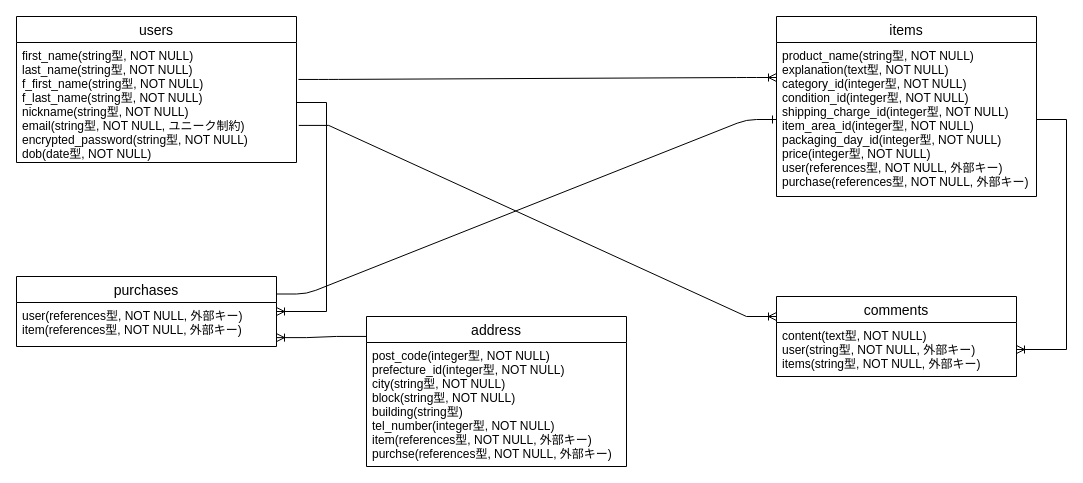
Above: ER.dio in taaa0905/furima-37357 (draw.io), before the change. Source tidied: cells renumbered, new cells numbered last; positions are measured from the earlier drawing's top-left corner, leaving out a move shared by most shapes. Both pictures are drawn from the tidied source at 100%, with x=0, y=0 at pixel (16, 16).
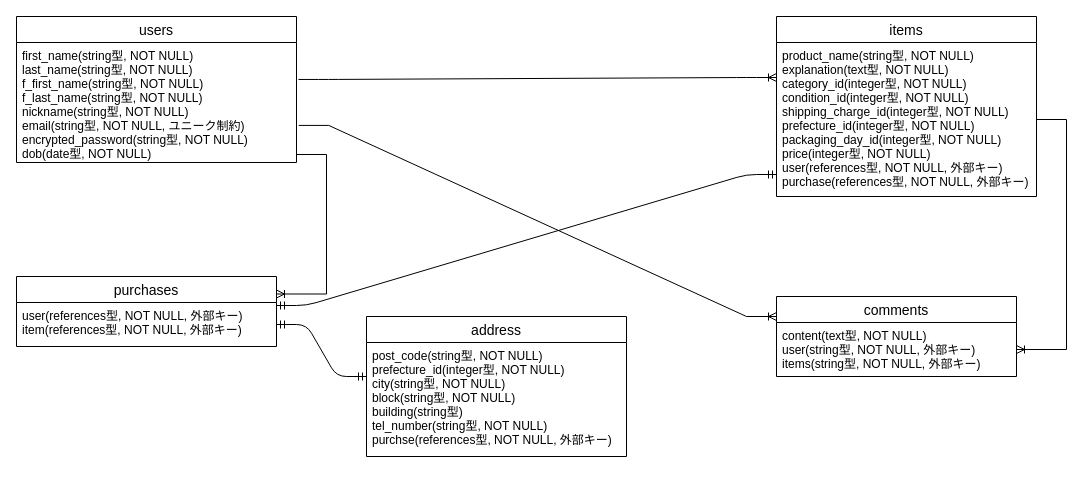
The same page after the edit.

The change refers to these unchanged cells:
```xml
<mxCell id="3" value="first_name(string型, NOT NULL)&#10;last_name(string型, NOT NULL)&#10;f_first_name(string型, NOT NULL)&#10;f_last_name(string型, NOT NULL)&#10;nickname(string型, NOT NULL)&#10;email(string型, NOT NULL, ユニーク制約)&#10;encrypted_password(string型, NOT NULL)&#10;dob(date型, NOT NULL)" style="text;strokeColor=none;fillColor=none;spacingLeft=4;spacingRight=4;overflow=hidden;points=[[0,0.5],[1,0.5]];portConstraint=eastwest;fontSize=12;" parent="2" vertex="1">
  <mxGeometry y="26" width="280" height="120" as="geometry" />
</mxCell>
<mxCell id="4" value="items" style="swimlane;fontStyle=0;horizontal=1;startSize=26;align=center;fontSize=14;" parent="1" vertex="1">
  <mxGeometry x="760" width="260" height="180" as="geometry" />
</mxCell>
<mxCell id="11" value="purchases" style="swimlane;fontStyle=0;horizontal=1;startSize=26;align=center;fontSize=14;" parent="1" vertex="1">
  <mxGeometry y="260" width="260" height="70" as="geometry" />
</mxCell>
<mxCell id="12" value="user(references型, NOT NULL, 外部キー)&#10;item(references型, NOT NULL, 外部キー)&#10;" style="text;strokeColor=none;fillColor=none;spacingLeft=4;spacingRight=4;overflow=hidden;points=[[0,0.5],[1,0.5]];portConstraint=eastwest;fontSize=12;" parent="11" vertex="1">
  <mxGeometry y="26" width="260" height="44" as="geometry" />
</mxCell>
```

What changed in the source:
```diff
@@
-    <mxCell id="5" value="product_name(string型, NOT NULL)&#10;explanation(text型, NOT NULL)&#10;category_id(integer型, NOT NULL)&#10;condition_id(integer型, NOT NULL)&#10;shipping_charge_id(integer型, NOT NULL)&#10;item_area_id(integer型, NOT NULL)&#10;packaging_day_id(integer型, NOT NULL)&#10;price(integer型, NOT NULL)&#10;user(references型, NOT NULL, 外部キー)&#10;purchase(references型, NOT NULL, 外部キー)&#10;" style="text;strokeColor=none;fillColor=none;spacingLeft=4;spacingRight=4;overflow=hidden;points=[[0,0.5],[1,0.5]];portConstraint=eastwest;fontSize=12;" parent="4" vertex="1">
+    <mxCell id="5" value="product_name(string型, NOT NULL)&#10;explanation(text型, NOT NULL)&#10;category_id(integer型, NOT NULL)&#10;condition_id(integer型, NOT NULL)&#10;shipping_charge_id(integer型, NOT NULL)&#10;prefecture_id(integer型, NOT NULL)&#10;packaging_day_id(integer型, NOT NULL)&#10;price(integer型, NOT NULL)&#10;user(references型, NOT NULL, 外部キー)&#10;purchase(references型, NOT NULL, 外部キー)&#10;" style="text;strokeColor=none;fillColor=none;spacingLeft=4;spacingRight=4;overflow=hidden;points=[[0,0.5],[1,0.5]];portConstraint=eastwest;fontSize=12;" parent="4" vertex="1">
       <mxGeometry y="26" width="260" height="154" as="geometry" />
     </mxCell>
@@
     <mxCell id="13" value="address" style="swimlane;fontStyle=0;horizontal=1;startSize=26;align=center;fontSize=14;" parent="1" vertex="1">
-      <mxGeometry x="350" y="300" width="260" height="150" as="geometry" />
+      <mxGeometry x="350" y="300" width="260" height="140" as="geometry" />
     </mxCell>
-    <mxCell id="14" value="post_code(integer型, NOT NULL)&#10;prefecture_id(integer型, NOT NULL)&#10;city(string型, NOT NULL)&#10;block(string型, NOT NULL)&#10;building(string型)&#10;tel_number(integer型, NOT NULL)&#10;item(references型, NOT NULL, 外部キー)&#10;purchse(references型, NOT NULL, 外部キー)&#10;" style="text;strokeColor=none;fillColor=none;spacingLeft=4;spacingRight=4;overflow=hidden;fontSize=12;" parent="13" vertex="1">
-      <mxGeometry y="26" width="260" height="124" as="geometry" />
+    <mxCell id="14" value="post_code(string型, NOT NULL)&#10;prefecture_id(integer型, NOT NULL)&#10;city(string型, NOT NULL)&#10;block(string型, NOT NULL)&#10;building(string型)&#10;tel_number(string型, NOT NULL)&#10;purchse(references型, NOT NULL, 外部キー)&#10;" style="text;strokeColor=none;fillColor=none;spacingLeft=4;spacingRight=4;overflow=hidden;fontSize=12;" parent="13" vertex="1">
+      <mxGeometry y="26" width="260" height="114" as="geometry" />
     </mxCell>
-    <mxCell id="15" style="edgeStyle=entityRelationEdgeStyle;fontSize=12;html=1;endArrow=ERoneToMany;rounded=0;" parent="1" edge="1" source="3" target="11">
-      <mxGeometry relative="1" as="geometry" />
+    <mxCell id="15" style="edgeStyle=entityRelationEdgeStyle;fontSize=12;html=1;endArrow=ERoneToMany;rounded=0;entryX=1;entryY=0.25;entryDx=0;entryDy=0;" parent="1" edge="1" target="11">
+      <mxGeometry relative="1" as="geometry">
+        <mxPoint x="280" y="138" as="sourcePoint" />
+      </mxGeometry>
     </mxCell>
-    <mxCell id="16" style="edgeStyle=entityRelationEdgeStyle;fontSize=12;html=1;endArrow=ERoneToMany;rounded=0;entryX=1;entryY=0.798;entryDx=0;entryDy=0;entryPerimeter=0;exitX=0;exitY=0.133;exitDx=0;exitDy=0;exitPerimeter=0;" parent="1" edge="1" source="13" target="12">
-      <mxGeometry relative="1" as="geometry" />
-    </mxCell>
-    <mxCell id="17" style="edgeStyle=entityRelationEdgeStyle;fontSize=12;html=1;endArrow=ERone;endFill=1;exitX=1;exitY=0.25;exitDx=0;exitDy=0;entryX=0;entryY=0.5;entryDx=0;entryDy=0;" parent="1" edge="1" source="11" target="5">
-      <mxGeometry relative="1" as="geometry" />
-    </mxCell>
+    <mxCell id="18" style="edgeStyle=entityRelationEdgeStyle;fontSize=12;html=1;endArrow=ERmandOne;startArrow=ERmandOne;exitX=1;exitY=0.5;exitDx=0;exitDy=0;" parent="1" edge="1" source="12">
+      <mxGeometry relative="1" as="geometry">
+        <mxPoint x="350" y="360" as="targetPoint" />
+      </mxGeometry>
+    </mxCell>
+    <mxCell id="19" style="edgeStyle=entityRelationEdgeStyle;fontSize=12;html=1;endArrow=ERmandOne;startArrow=ERmandOne;" parent="1" edge="1">
+      <mxGeometry relative="1" as="geometry">
+        <mxPoint x="260" y="289" as="sourcePoint" />
+        <mxPoint x="760" y="158" as="targetPoint" />
+      </mxGeometry>
+    </mxCell>
```
